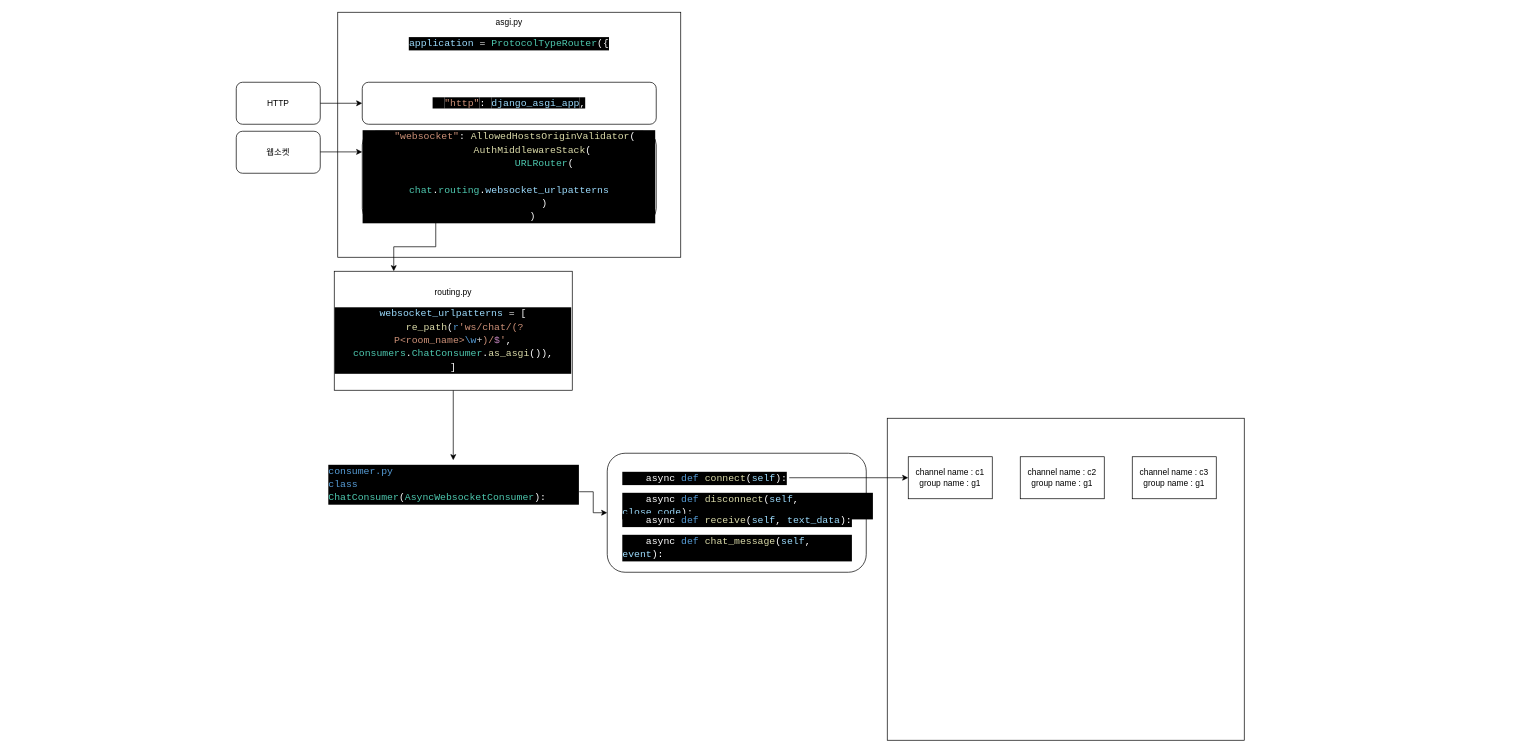
The draw.io diagram Untitled Diagram.drawio in HiImYong/diagrams, before the edit. Source tidied: cells renumbered, new cells numbered last; positions are measured from the earlier drawing's top-left corner, leaving out a move shared by most shapes. Both pictures are drawn from the tidied source at 70%, with x=0, y=0 at pixel (236, 12).
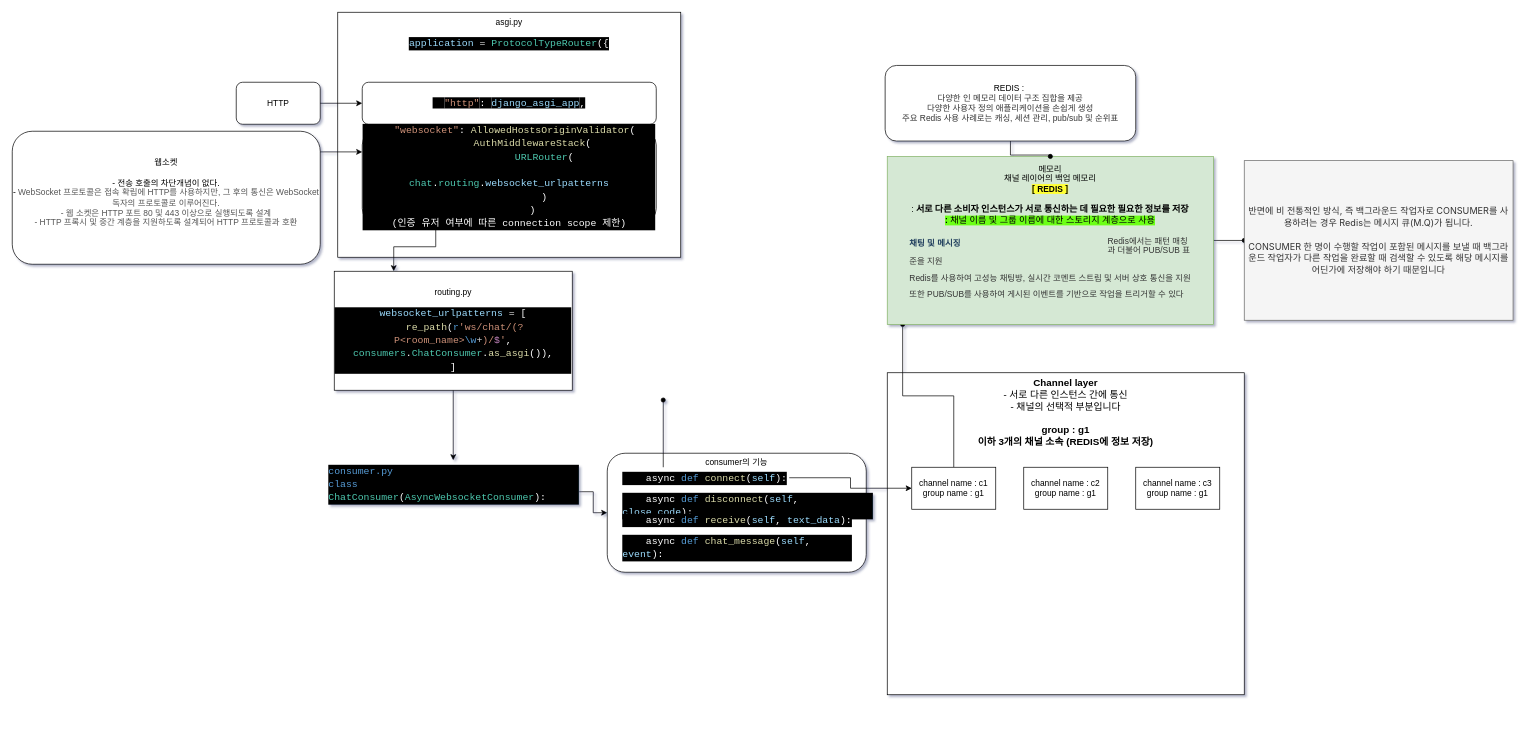
The same page after the edit.

Unchanged cells that the change refers to:
```xml
<mxCell id="17" value="&lt;div style=&quot;color: rgb(255, 255, 255); background-color: rgb(0, 0, 0); font-family: Consolas, &amp;quot;Courier New&amp;quot;, monospace; font-weight: normal; font-size: 14px; line-height: 19px;&quot;&gt;&lt;div&gt;&lt;span style=&quot;color: #ffffff;&quot;&gt;&amp;nbsp; &amp;nbsp; async &lt;/span&gt;&lt;span style=&quot;color: #569cd6;&quot;&gt;def&lt;/span&gt;&lt;span style=&quot;color: #ffffff;&quot;&gt; &lt;/span&gt;&lt;span style=&quot;color: #dcdcaa;&quot;&gt;connect&lt;/span&gt;&lt;span style=&quot;color: #ffffff;&quot;&gt;(&lt;/span&gt;&lt;span style=&quot;color: #9cdcfe;&quot;&gt;self&lt;/span&gt;&lt;span style=&quot;color: #ffffff;&quot;&gt;):&lt;/span&gt;&lt;/div&gt;&lt;div&gt;&lt;span style=&quot;color: #ffffff;&quot;&gt;&lt;/span&gt;&lt;/div&gt;&lt;/div&gt;" style="text;whiteSpace=wrap;html=1;" parent="1" vertex="1">
  <mxGeometry x="550" y="650" width="240" height="30" as="geometry" />
</mxCell>
```

The edit, as a diff of the source:
```diff
@@
-<mxGraphModel>
+<mxGraphModel shadow="1">
@@
-    <mxCell id="2" style="rounded=0;whiteSpace=wrap;html=1;labelBackgroundColor=none;" parent="1" vertex="1">
-      <mxGeometry x="930" y="580" width="510" height="460" as="geometry" />
+    <mxCell id="2" value="&lt;font style=&quot;font-size: 14px;&quot;&gt;Channel layer &lt;span style=&quot;background-color: rgb(248, 249, 250);&quot;&gt;&lt;br&gt;&lt;/span&gt;&lt;/font&gt;&lt;div style=&quot;text-align: center; font-size: 14px;&quot;&gt;&lt;span style=&quot;background-color: rgb(255, 255, 255); font-family: Lato, proxima-nova, &amp;quot;Helvetica Neue&amp;quot;, Arial, sans-serif; font-weight: 400; text-align: left;&quot;&gt;&lt;font style=&quot;font-size: 14px;&quot;&gt;- 서로 다른 인스턴스 간에 통신&lt;/font&gt;&lt;/span&gt;&lt;/div&gt;&lt;div style=&quot;text-align: center; font-size: 14px;&quot;&gt;&lt;/div&gt;&lt;font style=&quot;font-size: 14px;&quot;&gt;&lt;span style=&quot;font-family: Lato, proxima-nova, &amp;quot;Helvetica Neue&amp;quot;, Arial, sans-serif; font-weight: 400; text-align: left; background-color: rgb(255, 255, 255);&quot;&gt;- 채널의 선택적 부분입니다&lt;/span&gt;&lt;br&gt;&lt;br&gt;group : g1 &lt;br&gt;이하 3개의 채널 소속 (REDIS에 정보 저장)&lt;/font&gt;" style="rounded=0;whiteSpace=wrap;html=1;labelBackgroundColor=none;verticalAlign=top;fontStyle=1;" parent="1" vertex="1">
+      <mxGeometry x="930" y="515" width="510" height="460" as="geometry" />
     </mxCell>
-    <mxCell id="3" style="rounded=1;whiteSpace=wrap;html=1;" parent="1" vertex="1">
+    <mxCell id="3" value="consumer의 기능" style="rounded=1;whiteSpace=wrap;html=1;verticalAlign=top;" parent="1" vertex="1">
       <mxGeometry x="530" y="630" width="370" height="170" as="geometry" />
     </mxCell>
@@
-    <mxCell id="6" value="웹소켓" style="rounded=1;whiteSpace=wrap;html=1;" parent="1" vertex="1">
-      <mxGeometry y="170" width="120" height="60" as="geometry" />
+    <mxCell id="6" value="&lt;font style=&quot;font-size: 12px;&quot;&gt;웹소켓&lt;br&gt;&lt;br style=&quot;&quot;&gt;- 전송 호출의 차단개념이 없다.&lt;br style=&quot;&quot;&gt;-&amp;nbsp;&lt;span style=&quot;color: rgb(85, 85, 85); font-family: &amp;quot;Malgun Gothic&amp;quot;, &amp;quot;맑은 고딕&amp;quot;, 굴림, gulim, 돋움, dotum, &amp;quot;Microsoft NeoGothic&amp;quot;, &amp;quot;Droid sans&amp;quot;, sans-serif; background-color: rgb(255, 255, 255);&quot;&gt;WebSocket 프로토콜은 접속 확립에 HTTP를 사용하지만, 그 후의 통신은 WebSocket 독자의 프로토콜로 이루어진다.&lt;br&gt;-&amp;nbsp;&lt;/span&gt;&lt;span style=&quot;color: rgb(85, 85, 85); font-family: &amp;quot;Noto Sans KR&amp;quot;, Arial, &amp;quot;Apple SD Gothic Neo&amp;quot;, &amp;quot;Malgun Gothic&amp;quot;, &amp;quot;맑은 고딕&amp;quot;, &amp;quot;Nanum Gothic&amp;quot;, Dotum, 돋움, Helvetica, sans-serif;&quot;&gt;웹 소켓은 HTTP 포트 80 및 443 이상으로 실행되도록 설계&lt;br&gt;&lt;/span&gt;&lt;span style=&quot;color: rgb(85, 85, 85); font-family: &amp;quot;Malgun Gothic&amp;quot;, &amp;quot;맑은 고딕&amp;quot;, 굴림, gulim, 돋움, dotum, &amp;quot;Microsoft NeoGothic&amp;quot;, &amp;quot;Droid sans&amp;quot;, sans-serif; background-color: rgb(255, 255, 255);&quot;&gt;-&amp;nbsp;&lt;/span&gt;&lt;span style=&quot;color: rgb(85, 85, 85); font-family: &amp;quot;Noto Sans KR&amp;quot;, Arial, &amp;quot;Apple SD Gothic Neo&amp;quot;, &amp;quot;Malgun Gothic&amp;quot;, &amp;quot;맑은 고딕&amp;quot;, &amp;quot;Nanum Gothic&amp;quot;, Dotum, 돋움, Helvetica, sans-serif;&quot;&gt;HTTP 프록시 및 중간 계층을 지원하도록 설계되어 HTTP 프로토콜과 호환&lt;br&gt;&lt;/span&gt;&lt;/font&gt;&lt;span style=&quot;color: rgb(85, 85, 85); font-family: &amp;quot;Malgun Gothic&amp;quot;, &amp;quot;맑은 고딕&amp;quot;, 굴림, gulim, 돋움, dotum, &amp;quot;Microsoft NeoGothic&amp;quot;, &amp;quot;Droid sans&amp;quot;, sans-serif; font-size: 12px; background-color: rgb(255, 255, 255);&quot;&gt;&lt;br&gt;&lt;/span&gt;" style="rounded=1;whiteSpace=wrap;html=1;fontSize=12;align=center;" parent="1" vertex="1">
+      <mxGeometry x="-320" y="170" width="440" height="190" as="geometry" />
     </mxCell>
@@
-    <mxCell id="9" value="&lt;div style=&quot;color: rgb(255, 255, 255); background-color: rgb(0, 0, 0); font-family: Consolas, &amp;quot;Courier New&amp;quot;, monospace; font-size: 14px; line-height: 19px;&quot;&gt;&lt;div&gt;&lt;span style=&quot;color: #9cdcfe;&quot;&gt;&amp;nbsp; &lt;/span&gt;&lt;span style=&quot;color: #ce9178;&quot;&gt;&quot;websocket&quot;&lt;/span&gt;: &lt;span style=&quot;color: #dcdcaa;&quot;&gt;AllowedHostsOriginValidator&lt;/span&gt;(&lt;/div&gt;&lt;div&gt;&amp;nbsp; &amp;nbsp; &amp;nbsp; &amp;nbsp; &lt;span style=&quot;color: #dcdcaa;&quot;&gt;AuthMiddlewareStack&lt;/span&gt;(&lt;/div&gt;&lt;div&gt;&amp;nbsp; &amp;nbsp; &amp;nbsp; &amp;nbsp; &amp;nbsp; &amp;nbsp; &lt;span style=&quot;color: #4ec9b0;&quot;&gt;URLRouter&lt;/span&gt;(&lt;/div&gt;&lt;div&gt;&amp;nbsp; &amp;nbsp; &amp;nbsp; &amp;nbsp; &amp;nbsp; &amp;nbsp; &amp;nbsp; &amp;nbsp; &lt;span style=&quot;color: #4ec9b0;&quot;&gt;chat&lt;/span&gt;.&lt;span style=&quot;color: #4ec9b0;&quot;&gt;routing&lt;/span&gt;.&lt;span style=&quot;color: #9cdcfe;&quot;&gt;websocket_urlpatterns&lt;/span&gt;&lt;/div&gt;&lt;div&gt;&amp;nbsp; &amp;nbsp; &amp;nbsp; &amp;nbsp; &amp;nbsp; &amp;nbsp; )&lt;/div&gt;&lt;div&gt;&amp;nbsp; &amp;nbsp; &amp;nbsp; &amp;nbsp; )&lt;/div&gt;&lt;/div&gt;" style="rounded=1;whiteSpace=wrap;html=1;" parent="1" vertex="1">
+    <mxCell id="9" value="&lt;div style=&quot;color: rgb(255, 255, 255); background-color: rgb(0, 0, 0); font-family: Consolas, &amp;quot;Courier New&amp;quot;, monospace; font-size: 14px; line-height: 19px;&quot;&gt;&lt;div&gt;&lt;span style=&quot;color: #9cdcfe;&quot;&gt;&amp;nbsp; &lt;/span&gt;&lt;span style=&quot;color: #ce9178;&quot;&gt;&quot;websocket&quot;&lt;/span&gt;: &lt;span style=&quot;color: #dcdcaa;&quot;&gt;AllowedHostsOriginValidator&lt;/span&gt;(&lt;/div&gt;&lt;div&gt;&amp;nbsp; &amp;nbsp; &amp;nbsp; &amp;nbsp; &lt;span style=&quot;color: #dcdcaa;&quot;&gt;AuthMiddlewareStack&lt;/span&gt;(&lt;/div&gt;&lt;div&gt;&amp;nbsp; &amp;nbsp; &amp;nbsp; &amp;nbsp; &amp;nbsp; &amp;nbsp; &lt;span style=&quot;color: #4ec9b0;&quot;&gt;URLRouter&lt;/span&gt;(&lt;/div&gt;&lt;div&gt;&amp;nbsp; &amp;nbsp; &amp;nbsp; &amp;nbsp; &amp;nbsp; &amp;nbsp; &amp;nbsp; &amp;nbsp; &lt;span style=&quot;color: #4ec9b0;&quot;&gt;chat&lt;/span&gt;.&lt;span style=&quot;color: #4ec9b0;&quot;&gt;routing&lt;/span&gt;.&lt;span style=&quot;color: #9cdcfe;&quot;&gt;websocket_urlpatterns&lt;/span&gt;&lt;/div&gt;&lt;div&gt;&amp;nbsp; &amp;nbsp; &amp;nbsp; &amp;nbsp; &amp;nbsp; &amp;nbsp; )&lt;/div&gt;&lt;div&gt;&amp;nbsp; &amp;nbsp; &amp;nbsp; &amp;nbsp; )&lt;br&gt;(인증 유저 여부에 따른 connection scope 제한)&lt;/div&gt;&lt;/div&gt;" style="rounded=1;whiteSpace=wrap;html=1;" parent="1" vertex="1">
       <mxGeometry x="180" y="170" width="420" height="130" as="geometry" />
     </mxCell>
@@
+    <mxCell id="24" style="edgeStyle=orthogonalEdgeStyle;rounded=0;jettySize=auto;html=1;exitX=0.25;exitY=0;exitDx=0;exitDy=0;fontSize=14;endArrow=oval;endFill=1;" parent="1" edge="1" source="17">
+      <mxGeometry relative="1" as="geometry">
+        <mxPoint x="610" y="554" as="targetPoint" />
+      </mxGeometry>
+    </mxCell>
@@
+    <mxCell id="25" style="edgeStyle=orthogonalEdgeStyle;rounded=0;jettySize=auto;html=1;exitX=0.5;exitY=0;exitDx=0;exitDy=0;fontSize=14;endArrow=oval;endFill=1;" parent="1" edge="1" source="21" target="27">
+      <mxGeometry relative="1" as="geometry">
+        <Array as="points">
+          <mxPoint x="1025" y="548" />
+          <mxPoint x="952" y="548" />
+        </Array>
+      </mxGeometry>
+    </mxCell>
     <mxCell id="21" value="channel name : c1&lt;br&gt;group name : g1" style="rounded=0;whiteSpace=wrap;html=1;labelBackgroundColor=none;" parent="1" vertex="1">
-      <mxGeometry x="960" y="635" width="120" height="60" as="geometry" />
+      <mxGeometry x="965" y="650" width="120" height="60" as="geometry" />
     </mxCell>
     <mxCell id="22" value="channel name : c2&lt;br&gt;group name : g1" style="rounded=0;whiteSpace=wrap;html=1;labelBackgroundColor=none;" parent="1" vertex="1">
-      <mxGeometry x="1120" y="635" width="120" height="60" as="geometry" />
+      <mxGeometry x="1125" y="650" width="120" height="60" as="geometry" />
     </mxCell>
     <mxCell id="23" value="channel name : c3&lt;br&gt;group name : g1" style="rounded=0;whiteSpace=wrap;html=1;labelBackgroundColor=none;" parent="1" vertex="1">
-      <mxGeometry x="1280" y="635" width="120" height="60" as="geometry" />
+      <mxGeometry x="1285" y="650" width="120" height="60" as="geometry" />
     </mxCell>
+    <mxCell id="26" style="edgeStyle=orthogonalEdgeStyle;rounded=0;jettySize=auto;html=1;fontSize=14;endArrow=oval;endFill=1;" parent="1" edge="1" source="27" target="28">
+      <mxGeometry relative="1" as="geometry" />
+    </mxCell>
+    <mxCell id="27" value="&lt;font style=&quot;font-size: 12px;&quot;&gt;메모리&lt;br&gt;채널 레이어의 백업 메모리&lt;br&gt;&lt;span style=&quot;background-color: rgb(255, 255, 51);&quot;&gt;&lt;b&gt;[ REDIS ]&lt;br&gt;&lt;/b&gt;&lt;/span&gt;&lt;br&gt;:&amp;nbsp;&lt;b&gt;&lt;span style=&quot;font-family: -apple-system, BlinkMacSystemFont, &amp;quot;Segoe UI Adjusted&amp;quot;, &amp;quot;Segoe UI&amp;quot;, &amp;quot;Liberation Sans&amp;quot;, sans-serif; font-size: 13px; text-align: left;&quot;&gt;서로 다른 소비자 인스턴스가 서로 통신하는 데 필요한 필요한 정보를 저장&lt;br&gt;&lt;/span&gt;&lt;span style=&quot;background-color: rgb(108, 255, 23);&quot;&gt;:&amp;nbsp;&lt;/span&gt;&lt;/b&gt;&lt;span style=&quot;background-color: rgb(108, 255, 23);&quot;&gt;&lt;span style=&quot;font-family: -apple-system, BlinkMacSystemFont, &amp;quot;Segoe UI Adjusted&amp;quot;, &amp;quot;Segoe UI&amp;quot;, &amp;quot;Liberation Sans&amp;quot;, sans-serif; font-size: 13px; text-align: left;&quot;&gt;채널 이름 및 그룹 이름에 대한 스토리지 계층으로 사용&lt;/span&gt;&lt;b&gt;&lt;br&gt;&lt;/b&gt;&lt;/span&gt;&lt;br&gt;&lt;/font&gt;&lt;div style=&quot;box-sizing: border-box; direction: ltr; color: rgb(51, 51, 51); font-family: &amp;quot;Malgun Gothic&amp;quot;, sans-serif; text-align: left;&quot; class=&quot;title-wrapper&quot;&gt;&lt;div style=&quot;box-sizing: border-box; direction: ltr; width: auto; max-width: none; margin: 0px -10px; min-width: 0px;&quot; class=&quot;row title&quot;&gt;&lt;div style=&quot;box-sizing: border-box; direction: ltr; float: left; min-height: 2px; padding: 0px 10px; position: relative; width: 292.984px;&quot; class=&quot;twelve columns&quot;&gt;&lt;h3 style=&quot;box-sizing: border-box; margin: 0px; line-height: 1.3em; color: rgb(31, 61, 92); text-rendering: optimizelegibility;&quot; id=&quot;채팅_및_메시징_&quot;&gt;&lt;a style=&quot;box-sizing: border-box; color: inherit; font-size: 12px;&quot; name=&quot;채팅_및_메시징_&quot;&gt;&lt;font style=&quot;font-size: 12px;&quot;&gt;채팅 및 메시징&lt;/font&gt;&lt;/a&gt;&lt;/h3&gt;&lt;/div&gt;&lt;/div&gt;&lt;/div&gt;&lt;div style=&quot;box-sizing: border-box; direction: ltr; margin-bottom: 25px; font-family: &amp;quot;Malgun Gothic&amp;quot;, sans-serif; color: rgb(51, 51, 51); text-align: left;&quot; class=&quot;aws-text-box&quot;&gt;&lt;div style=&quot;box-sizing: border-box; direction: ltr;&quot;&gt;&lt;p style=&quot;box-sizing: border-box; margin: 0px 0px 0.8em;&quot;&gt;&lt;font style=&quot;font-size: 12px;&quot;&gt;Redis에서는 패턴 매칭과 더불어 PUB/SUB 표준을 지원&lt;/font&gt;&lt;/p&gt;&lt;p style=&quot;box-sizing: border-box; margin: 0px 0px 0.8em;&quot;&gt;&lt;font style=&quot;font-size: 12px;&quot;&gt;Redis를 사용하여 고성능 채팅방, 실시간 코멘트 스트림 및 서버 상호 통신을 지원&lt;/font&gt;&lt;/p&gt;&lt;p style=&quot;box-sizing: border-box; margin: 0px 0px 0.8em;&quot;&gt;&lt;font style=&quot;font-size: 12px;&quot;&gt;또한 PUB/SUB를 사용하여 게시된 이벤트를 기반으로 작업을 트리거할 수 있다&lt;/font&gt;&lt;/p&gt;&lt;/div&gt;&lt;/div&gt;" style="whiteSpace=wrap;html=1;labelBackgroundColor=none;labelBorderColor=none;fillColor=#d5e8d4;strokeColor=#82b366;" parent="1" vertex="1">
+      <mxGeometry x="930" y="206" width="466" height="240" as="geometry" />
+    </mxCell>
+    <mxCell id="28" value="&lt;span style=&quot;font-family: -apple-system, BlinkMacSystemFont, &amp;quot;Segoe UI Adjusted&amp;quot;, &amp;quot;Segoe UI&amp;quot;, &amp;quot;Liberation Sans&amp;quot;, sans-serif; font-size: 13px; text-align: left;&quot;&gt;반면에 비 전통적인 방식, 즉 백그라운드 작업자로 CONSUMER를 사용하려는 경우 Redis는 메시지 큐(M.Q)가 됩니다.&lt;br&gt;&lt;br&gt;&lt;/span&gt;&lt;span style=&quot;font-family: -apple-system, BlinkMacSystemFont, &amp;quot;Segoe UI Adjusted&amp;quot;, &amp;quot;Segoe UI&amp;quot;, &amp;quot;Liberation Sans&amp;quot;, sans-serif; font-size: 13px; text-align: left;&quot;&gt;CONSUMER 한 명이 수행할 작업이 포함된 메시지를 보낼 때 백그라운드 작업자가 다른 작업을 완료할 때 검색할 수 있도록 해당 메시지를 어딘가에 저장해야 하기 때문입니다&lt;/span&gt;&lt;span style=&quot;font-family: -apple-system, BlinkMacSystemFont, &amp;quot;Segoe UI Adjusted&amp;quot;, &amp;quot;Segoe UI&amp;quot;, &amp;quot;Liberation Sans&amp;quot;, sans-serif; font-size: 13px; text-align: left;&quot;&gt;&lt;br&gt;&lt;/span&gt;" style="whiteSpace=wrap;html=1;labelBackgroundColor=none;labelBorderColor=none;fontSize=14;fillColor=#f5f5f5;fontColor=#333333;strokeColor=#666666;" parent="1" vertex="1">
+      <mxGeometry x="1440" y="212" width="384" height="228" as="geometry" />
+    </mxCell>
+    <mxCell id="29" style="edgeStyle=orthogonalEdgeStyle;rounded=0;jettySize=auto;html=1;fontSize=12;endArrow=oval;endFill=1;" parent="1" edge="1" source="30" target="27">
+      <mxGeometry relative="1" as="geometry" />
+    </mxCell>
+    <mxCell id="30" value="&lt;span style=&quot;&quot;&gt;REDIS :&amp;nbsp;&lt;/span&gt;&lt;br style=&quot;&quot;&gt;&lt;span style=&quot;color: rgb(51, 51, 51); font-family: &amp;quot;Malgun Gothic&amp;quot;, sans-serif; text-align: left;&quot;&gt;다양한 인 메모리 데이터 구조 집합을 제공&lt;br&gt;다양한 사용자 정의 애플리케이션을 손쉽게 생성&lt;br&gt;주요 Redis 사용 사례로는 캐싱, 세션 관리, pub/sub 및 순위표&lt;/span&gt;" style="rounded=1;whiteSpace=wrap;html=1;labelBackgroundColor=none;labelBorderColor=none;fontSize=12;" parent="1" vertex="1">
+      <mxGeometry x="927" y="76" width="358" height="108" as="geometry" />
+    </mxCell>
```
